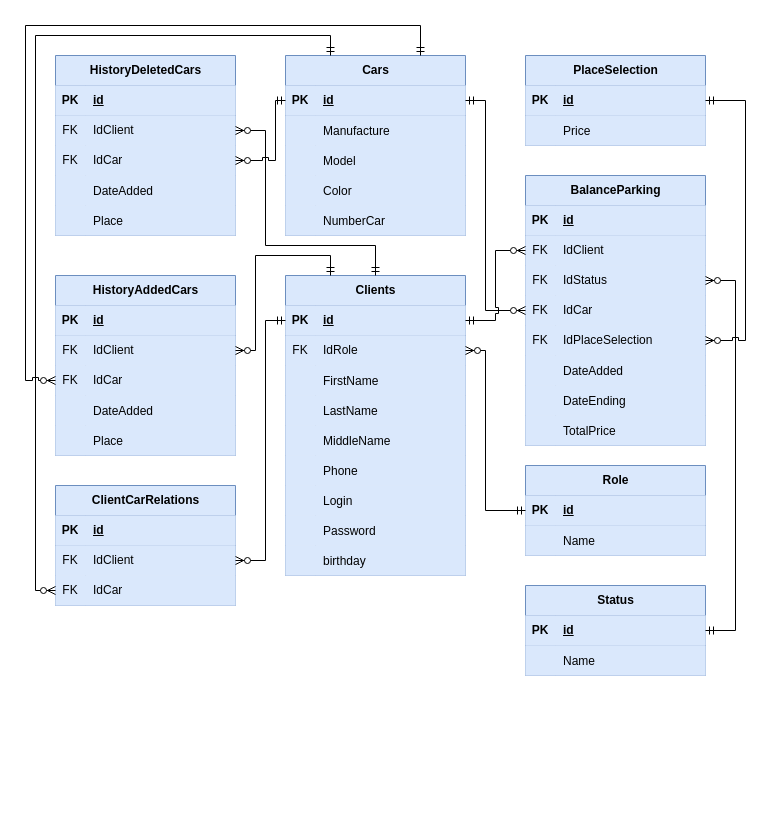
Before: spooky_info.drawio in NoCapAAAAA/spooky, a draw.io diagram. Source tidied: cells renumbered, new cells numbered last; positions are measured from the earlier drawing's top-left corner, leaving out a move shared by most shapes. Both pictures are drawn from the tidied source at 100%, with x=0, y=0 at pixel (25, 25).
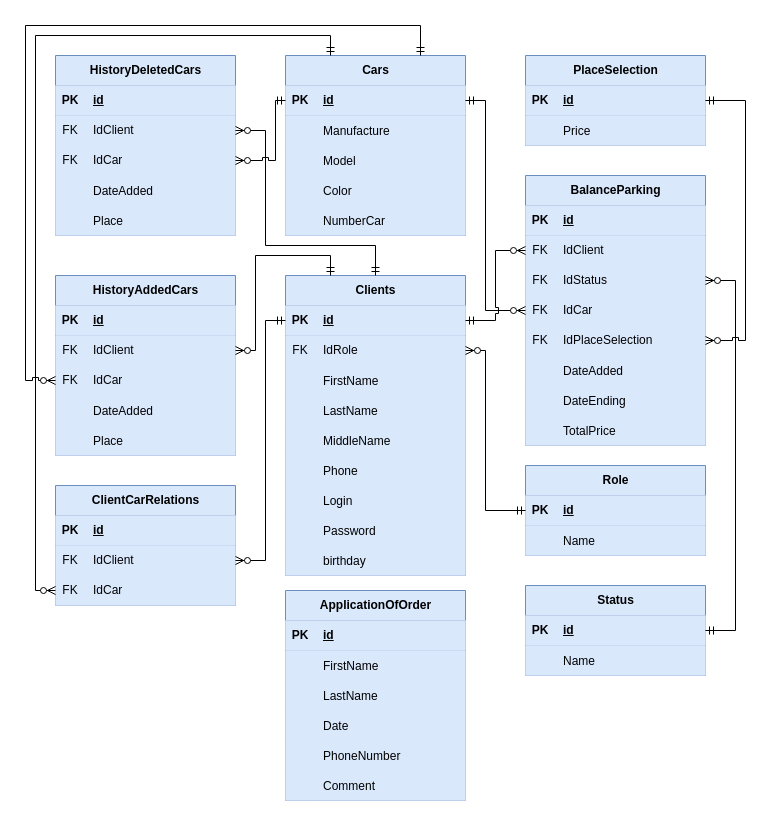
Above is the later version.

The edit, as a diff of the source:
```diff
@@
+    <mxCell id="145" value="ApplicationOfOrder" style="shape=table;startSize=30;childLayout=tableLayout;rowLines=0;fontStyle=1;align=center;html=1;fillColor=#dae8fc;strokeColor=#6c8ebf;" parent="1" vertex="1">
+      <mxGeometry x="260" y="565" width="180" height="210" as="geometry" />
+    </mxCell>
+    <mxCell id="146" style="shape=tableRow;horizontal=0;startSize=0;swimlaneHead=0;swimlaneBody=0;fillColor=#dae8fc;top=0;left=0;right=0;bottom=1;strokeColor=#6c8ebf;" parent="145" vertex="1">
+      <mxGeometry y="30" width="180" height="30" as="geometry" />
+    </mxCell>
+    <mxCell id="147" value="PK" style="shape=partialRectangle;fillColor=#dae8fc;top=0;left=0;bottom=0;right=0;fontStyle=1;overflow=hidden;whiteSpace=wrap;html=1;strokeColor=#6c8ebf;" parent="146" vertex="1">
+      <mxGeometry width="30" height="30" as="geometry" />
+    </mxCell>
+    <mxCell id="148" value="id" style="shape=partialRectangle;fillColor=#dae8fc;top=0;left=0;bottom=0;right=0;align=left;spacingLeft=6;fontStyle=5;overflow=hidden;whiteSpace=wrap;html=1;strokeColor=#6c8ebf;" parent="146" vertex="1">
+      <mxGeometry x="30" width="150" height="30" as="geometry" />
+    </mxCell>
+    <mxCell id="149" style="shape=tableRow;horizontal=0;startSize=0;swimlaneHead=0;swimlaneBody=0;fillColor=#dae8fc;top=0;left=0;right=0;bottom=0;strokeColor=#6c8ebf;" parent="145" vertex="1">
+      <mxGeometry y="60" width="180" height="30" as="geometry" />
+    </mxCell>
+    <mxCell id="150" style="shape=partialRectangle;fillColor=#dae8fc;top=0;left=0;bottom=0;right=0;overflow=hidden;strokeColor=#6c8ebf;" parent="149" vertex="1">
+      <mxGeometry width="30" height="30" as="geometry" />
+    </mxCell>
+    <mxCell id="151" value="FirstName" style="shape=partialRectangle;fillColor=#dae8fc;top=0;left=0;bottom=0;right=0;align=left;spacingLeft=6;overflow=hidden;strokeColor=#6c8ebf;" parent="149" vertex="1">
+      <mxGeometry x="30" width="150" height="30" as="geometry" />
+    </mxCell>
+    <mxCell id="152" style="shape=tableRow;horizontal=0;startSize=0;swimlaneHead=0;swimlaneBody=0;fillColor=#dae8fc;top=0;left=0;right=0;bottom=0;strokeColor=#6c8ebf;" parent="145" vertex="1">
+      <mxGeometry y="90" width="180" height="30" as="geometry" />
+    </mxCell>
+    <mxCell id="153" style="shape=partialRectangle;fillColor=#dae8fc;top=0;left=0;bottom=0;right=0;overflow=hidden;strokeColor=#6c8ebf;" parent="152" vertex="1">
+      <mxGeometry width="30" height="30" as="geometry" />
+    </mxCell>
+    <mxCell id="154" value="LastName" style="shape=partialRectangle;fillColor=#dae8fc;top=0;left=0;bottom=0;right=0;align=left;spacingLeft=6;overflow=hidden;strokeColor=#6c8ebf;" parent="152" vertex="1">
+      <mxGeometry x="30" width="150" height="30" as="geometry" />
+    </mxCell>
+    <mxCell id="155" style="shape=tableRow;horizontal=0;startSize=0;swimlaneHead=0;swimlaneBody=0;fillColor=#dae8fc;top=0;left=0;right=0;bottom=0;strokeColor=#6c8ebf;" parent="145" vertex="1">
+      <mxGeometry y="120" width="180" height="30" as="geometry" />
+    </mxCell>
+    <mxCell id="156" style="shape=partialRectangle;fillColor=#dae8fc;top=0;left=0;bottom=0;right=0;overflow=hidden;strokeColor=#6c8ebf;" parent="155" vertex="1">
+      <mxGeometry width="30" height="30" as="geometry" />
+    </mxCell>
+    <mxCell id="157" value="Date" style="shape=partialRectangle;fillColor=#dae8fc;top=0;left=0;bottom=0;right=0;align=left;spacingLeft=6;overflow=hidden;strokeColor=#6c8ebf;" parent="155" vertex="1">
+      <mxGeometry x="30" width="150" height="30" as="geometry" />
+    </mxCell>
+    <mxCell id="158" style="shape=tableRow;horizontal=0;startSize=0;swimlaneHead=0;swimlaneBody=0;fillColor=#dae8fc;top=0;left=0;right=0;bottom=0;strokeColor=#6c8ebf;" parent="145" vertex="1">
+      <mxGeometry y="150" width="180" height="30" as="geometry" />
+    </mxCell>
+    <mxCell id="159" style="shape=partialRectangle;fillColor=#dae8fc;top=0;left=0;bottom=0;right=0;overflow=hidden;strokeColor=#6c8ebf;" parent="158" vertex="1">
+      <mxGeometry width="30" height="30" as="geometry" />
+    </mxCell>
+    <mxCell id="160" value="PhoneNumber" style="shape=partialRectangle;fillColor=#dae8fc;top=0;left=0;bottom=0;right=0;align=left;spacingLeft=6;overflow=hidden;strokeColor=#6c8ebf;" parent="158" vertex="1">
+      <mxGeometry x="30" width="150" height="30" as="geometry" />
+    </mxCell>
+    <mxCell id="161" style="shape=tableRow;horizontal=0;startSize=0;swimlaneHead=0;swimlaneBody=0;fillColor=#dae8fc;top=0;left=0;right=0;bottom=0;strokeColor=#6c8ebf;" parent="145" vertex="1">
+      <mxGeometry y="180" width="180" height="30" as="geometry" />
+    </mxCell>
+    <mxCell id="162" style="shape=partialRectangle;fillColor=#dae8fc;top=0;left=0;bottom=0;right=0;overflow=hidden;strokeColor=#6c8ebf;" parent="161" vertex="1">
+      <mxGeometry width="30" height="30" as="geometry" />
+    </mxCell>
+    <mxCell id="163" value="Comment" style="shape=partialRectangle;fillColor=#dae8fc;top=0;left=0;bottom=0;right=0;align=left;spacingLeft=6;overflow=hidden;strokeColor=#6c8ebf;" parent="161" vertex="1">
+      <mxGeometry x="30" width="150" height="30" as="geometry" />
+    </mxCell>
```
